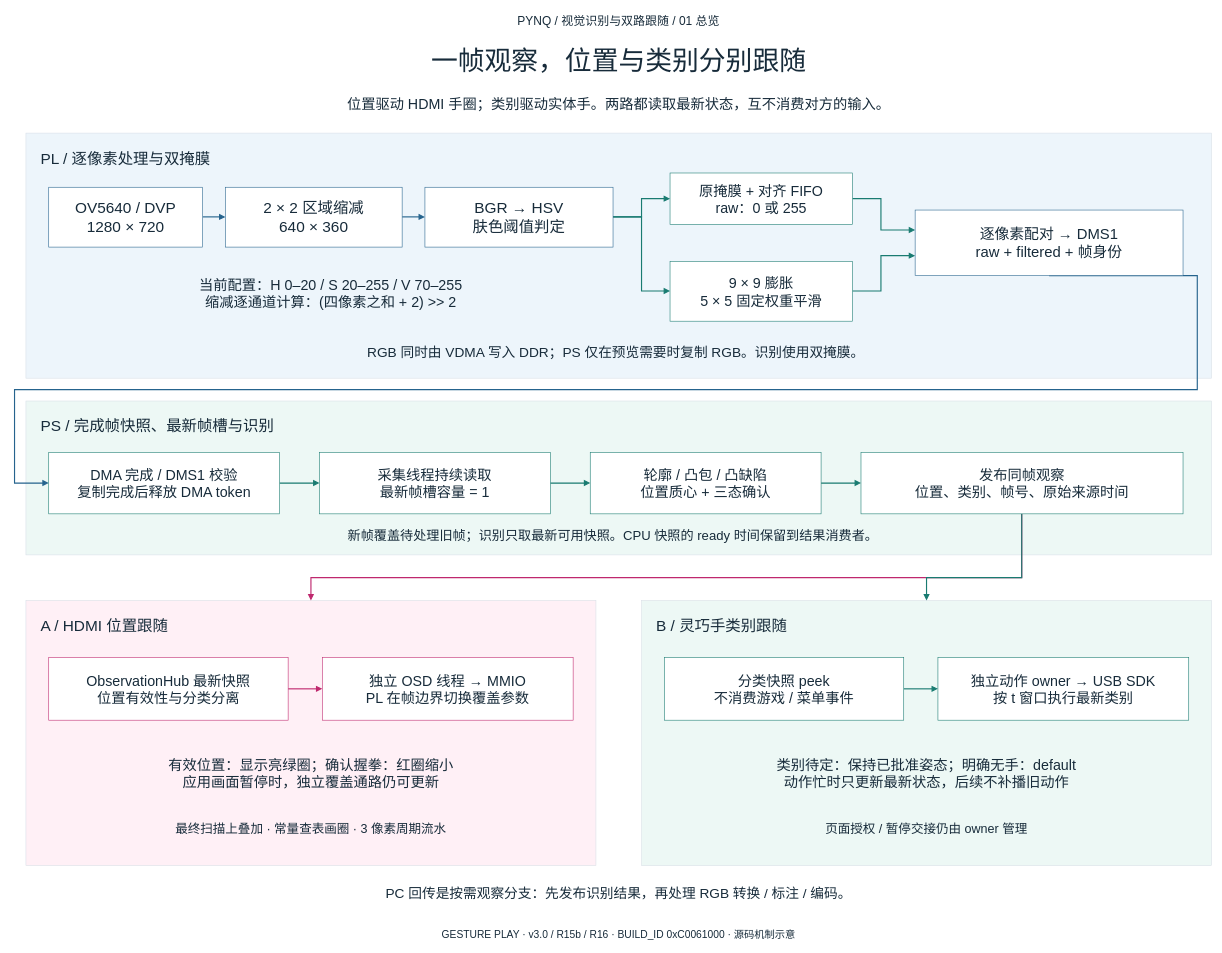
This is project/report/figures/vision_dual_follow_handoff/figures/01_vision_dual_follow.drawio from hyh2758832315/pynq-gesture-play, a draw.io file, before an edit. Source tidied: cells renumbered, new cells numbered last; positions are measured from the earlier drawing's top-left corner, leaving out a move shared by most shapes. Both pictures are drawn from the tidied source at 57%, with x=0, y=0 at pixel (14, 10).
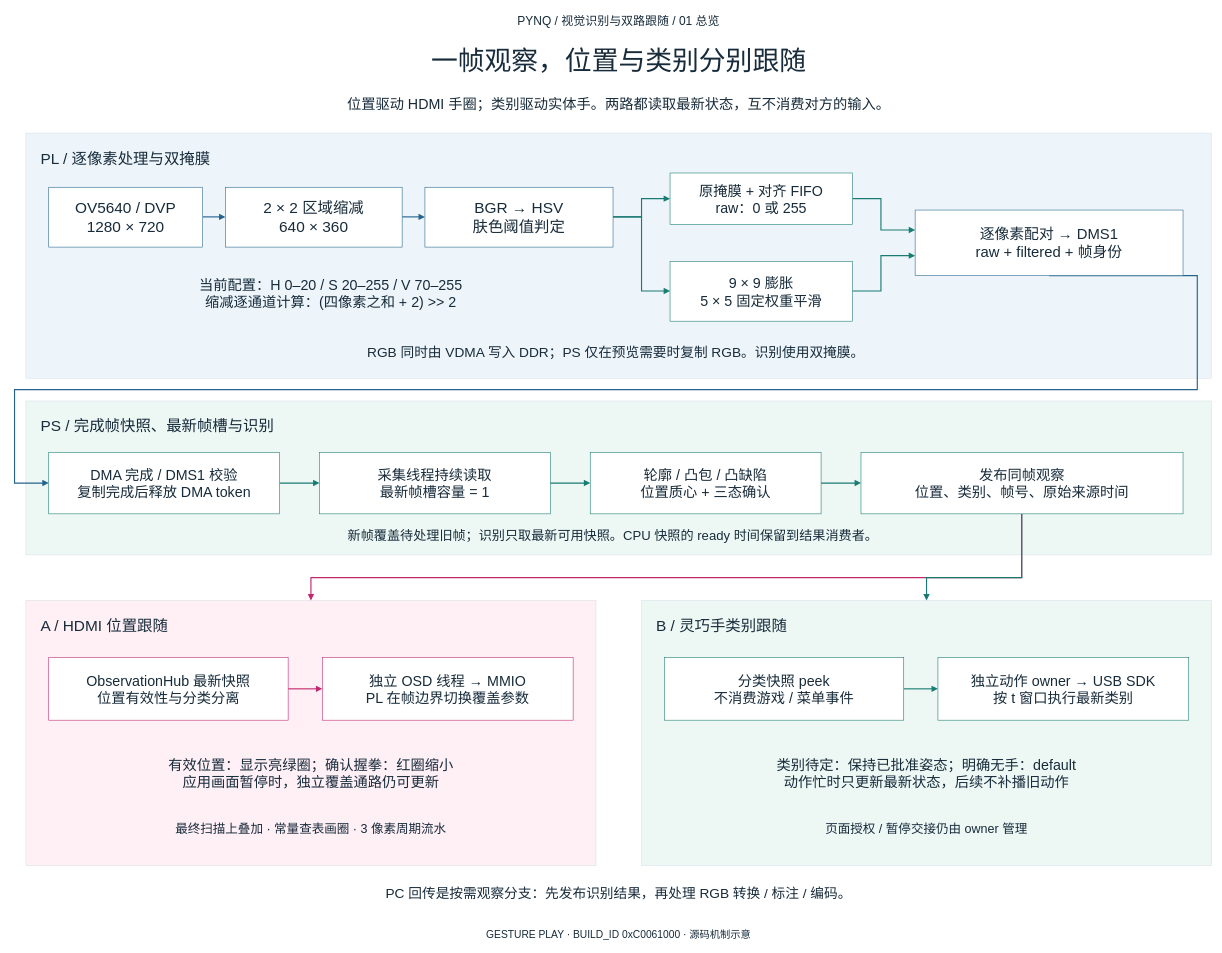
After the change.

The edit, as a diff of the source:
```diff
@@
-    <mxCell id="23" value="GESTURE PLAY  ·  v3.0 / R15b / R16  ·  BUILD_ID 0xC0061000  ·  源码机制示意" style="rounded=0;whiteSpace=wrap;html=0;fillColor=#ffffff;strokeColor=#d8dfe7;fontColor=#172b3a;fontFamily=Microsoft YaHei;fontSize=18;spacing=12;fillColor=none;strokeColor=none;" parent="1" vertex="1">
+    <mxCell id="23" value="GESTURE PLAY  ·  BUILD_ID 0xC0061000  ·  源码机制示意" style="rounded=0;whiteSpace=wrap;html=0;fillColor=#ffffff;strokeColor=#d8dfe7;fontColor=#172b3a;fontFamily=Microsoft YaHei;fontSize=18;spacing=12;fillColor=none;strokeColor=none;" parent="1" vertex="1">
       <mxGeometry x="20" y="1605" width="2080" height="33" as="geometry" />
     </mxCell>
```
